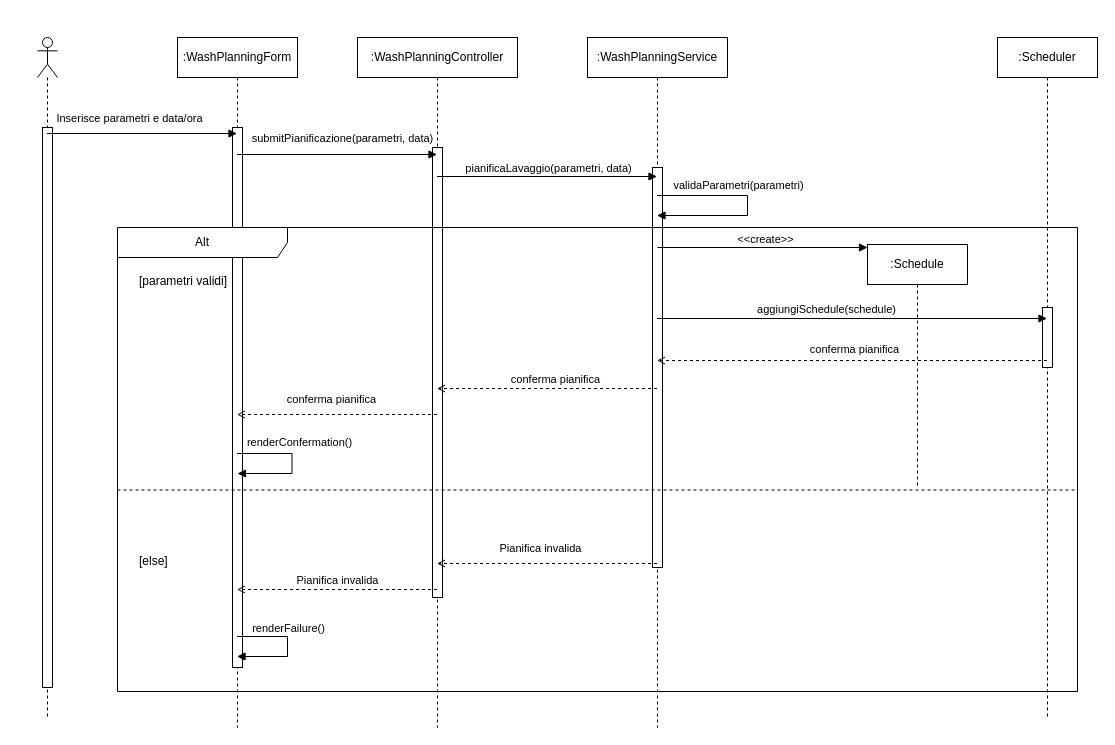
Above: content/seq/seqPianifica.drawio in uni-aca100/ing-proj (draw.io), before the change. Source tidied: cells renumbered, new cells numbered last; positions are measured from the earlier drawing's top-left corner, leaving out a move shared by most shapes. Both pictures are drawn from the tidied source at 100%, with x=0, y=0 at pixel (37, 37).
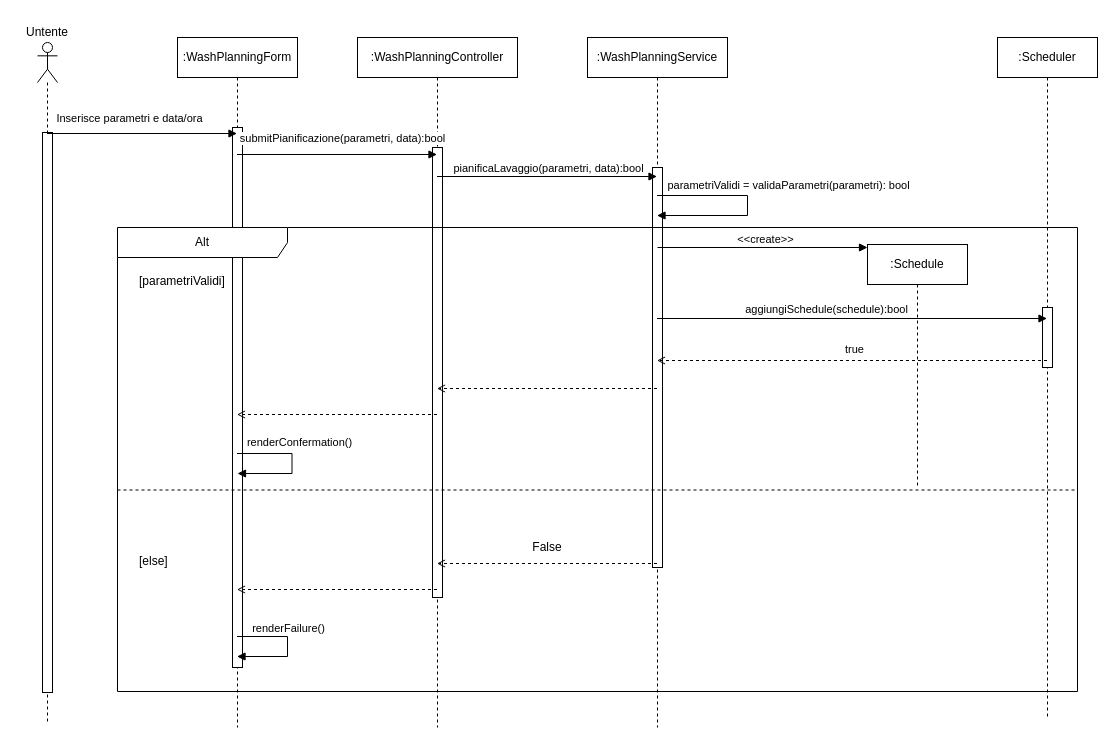
Above is the later version.

Unchanged cells that the change refers to:
```xml
<mxCell id="14" style="html=1;verticalAlign=bottom;labelBackgroundColor=none;endArrow=block;endFill=1;rounded=0;" parent="1" edge="1">
  <mxGeometry relative="1" as="geometry">
    <mxPoint x="199.5" y="117" as="sourcePoint" />
    <mxPoint x="399.5" y="117" as="targetPoint" />
  </mxGeometry>
</mxCell>
<mxCell id="16" style="html=1;verticalAlign=bottom;labelBackgroundColor=none;endArrow=block;endFill=1;rounded=0;" parent="1" edge="1" target="8">
  <mxGeometry relative="1" as="geometry">
    <mxPoint x="399.5" y="139" as="sourcePoint" />
  </mxGeometry>
</mxCell>
<mxCell id="18" value="Alt" style="shape=umlFrame;whiteSpace=wrap;html=1;width=170;" parent="1" vertex="1">
  <mxGeometry x="80" y="190" width="960" height="464" as="geometry" />
</mxCell>
<mxCell id="23" style="html=1;verticalAlign=bottom;labelBackgroundColor=none;endArrow=open;endFill=0;dashed=1;rounded=0;" parent="1" edge="1" source="10">
  <mxGeometry relative="1" as="geometry">
    <mxPoint x="619.5" y="323" as="targetPoint" />
  </mxGeometry>
</mxCell>
<mxCell id="25" style="html=1;verticalAlign=bottom;labelBackgroundColor=none;endArrow=block;endFill=1;rounded=0;" parent="1" edge="1" target="10">
  <mxGeometry relative="1" as="geometry">
    <mxPoint x="619.5" y="281" as="sourcePoint" />
  </mxGeometry>
</mxCell>
<mxCell id="27" style="html=1;verticalAlign=bottom;labelBackgroundColor=none;endArrow=open;endFill=0;dashed=1;rounded=0;" parent="1" edge="1">
  <mxGeometry relative="1" as="geometry">
    <mxPoint x="619.5" y="526" as="sourcePoint" />
    <mxPoint x="399.5" y="526" as="targetPoint" />
  </mxGeometry>
</mxCell>
<mxCell id="32" style="html=1;verticalAlign=bottom;labelBackgroundColor=none;endArrow=open;endFill=0;dashed=1;rounded=0;" parent="1" edge="1">
  <mxGeometry relative="1" as="geometry">
    <mxPoint x="619.5" y="351" as="sourcePoint" />
    <mxPoint x="399.5" y="351" as="targetPoint" />
  </mxGeometry>
</mxCell>
<mxCell id="34" style="html=1;verticalAlign=bottom;labelBackgroundColor=none;endArrow=open;endFill=0;dashed=1;rounded=0;" parent="1" edge="1">
  <mxGeometry relative="1" as="geometry">
    <mxPoint x="399.5" y="377" as="sourcePoint" />
    <mxPoint x="199.5" y="377" as="targetPoint" />
  </mxGeometry>
</mxCell>
<mxCell id="36" style="html=1;verticalAlign=bottom;labelBackgroundColor=none;endArrow=block;endFill=1;rounded=0;" parent="1" edge="1">
  <mxGeometry relative="1" as="geometry">
    <mxPoint x="619.5" y="158" as="sourcePoint" />
    <mxPoint x="619.5" y="178" as="targetPoint" />
    <Array as="points">
      <mxPoint x="710" y="158" />
      <mxPoint x="710" y="178" />
    </Array>
  </mxGeometry>
</mxCell>
```

The edit, as a diff of the source:
```diff
@@
     <mxCell id="2" style="shape=umlLifeline;perimeter=lifelinePerimeter;whiteSpace=wrap;html=1;newEdgeStyle={&quot;curved&quot;:0,&quot;rounded&quot;:0};participant=umlActor;" parent="1" vertex="1">
-      <mxGeometry width="20" height="680" as="geometry" />
+      <mxGeometry y="5" width="20" height="680" as="geometry" />
     </mxCell>
@@
-    <mxCell id="15" value="submitPianificazione(parametri, data)" style="edgeLabel;html=1;align=center;verticalAlign=middle;" parent="14" vertex="1">
+    <mxCell id="15" value="submitPianificazione(parametri, data):bool" style="edgeLabel;html=1;align=center;verticalAlign=middle;" parent="14" vertex="1">
       <mxGeometry x="0.04" relative="1" as="geometry">
         <mxPoint x="1" y="-17" as="offset" />
       </mxGeometry>
     </mxCell>
@@
-    <mxCell id="17" value="pianificaLavaggio(parametri, data)" style="edgeLabel;html=1;align=center;verticalAlign=middle;" parent="16" vertex="1">
+    <mxCell id="17" value="pianificaLavaggio(parametri, data):bool" style="edgeLabel;html=1;align=center;verticalAlign=middle;" parent="16" vertex="1">
       <mxGeometry x="-0.2" y="-1" relative="1" as="geometry">
         <mxPoint x="23" y="-10" as="offset" />
       </mxGeometry>
     </mxCell>
@@
-    <mxCell id="19" value="[parametri validi]" style="text;html=1;" parent="18" vertex="1">
+    <mxCell id="19" value="[parametriValidi]" style="text;html=1;" parent="18" vertex="1">
       <mxGeometry width="100" height="20" relative="1" as="geometry">
         <mxPoint x="20" y="40" as="offset" />
       </mxGeometry>
     </mxCell>
@@
+    <mxCell id="41" value="False" style="text;html=1;whiteSpace=wrap;strokeColor=none;fillColor=none;align=center;verticalAlign=middle;rounded=0;" parent="18" vertex="1">
+      <mxGeometry x="400" y="305" width="60" height="30" as="geometry" />
+    </mxCell>
@@
-    <mxCell id="24" value="conferma pianifica" style="edgeLabel;html=1;align=center;verticalAlign=middle;" parent="23" vertex="1">
+    <mxCell id="24" value="true" style="edgeLabel;html=1;align=center;verticalAlign=middle;" parent="23" vertex="1">
       <mxGeometry x="-0.01" y="-3" relative="1" as="geometry">
         <mxPoint y="-9" as="offset" />
       </mxGeometry>
     </mxCell>
@@
-    <mxCell id="26" value="aggiungiSchedule(schedule)" style="edgeLabel;html=1;align=center;verticalAlign=middle;" parent="25" vertex="1">
+    <mxCell id="26" value="aggiungiSchedule(schedule):bool" style="edgeLabel;html=1;align=center;verticalAlign=middle;" parent="25" vertex="1">
       <mxGeometry x="-0.21" relative="1" as="geometry">
         <mxPoint x="15" y="-10" as="offset" />
       </mxGeometry>
     </mxCell>
@@
-    <mxCell id="28" value="Pianifica invalida" style="edgeLabel;html=1;align=center;verticalAlign=middle;" parent="27" vertex="1">
-      <mxGeometry x="0.07" y="4" relative="1" as="geometry">
-        <mxPoint x="1" y="-20" as="offset" />
-      </mxGeometry>
-    </mxCell>
-    <mxCell id="29" value="Pianifica invalida" style="html=1;verticalAlign=bottom;labelBackgroundColor=none;endArrow=open;endFill=0;dashed=1;rounded=0;" parent="1" edge="1">
+    <mxCell id="29" style="html=1;verticalAlign=bottom;labelBackgroundColor=none;endArrow=open;endFill=0;dashed=1;rounded=0;" parent="1" edge="1">
       <mxGeometry relative="1" as="geometry">
         <mxPoint x="399.5" y="552" as="sourcePoint" />
         <mxPoint x="199.5" y="552" as="targetPoint" />
       </mxGeometry>
     </mxCell>
@@
-    <mxCell id="33" value="conferma pianifica" style="edgeLabel;html=1;align=center;verticalAlign=middle;" parent="32" vertex="1">
-      <mxGeometry x="-0.07" y="3" relative="1" as="geometry">
-        <mxPoint y="-13" as="offset" />
-      </mxGeometry>
-    </mxCell>
@@
-    <mxCell id="35" value="conferma pianifica" style="edgeLabel;html=1;align=center;verticalAlign=middle;" parent="34" vertex="1">
-      <mxGeometry x="0.07" relative="1" as="geometry">
-        <mxPoint x="1" y="-16" as="offset" />
-      </mxGeometry>
-    </mxCell>
@@
-    <mxCell id="37" value="validaParametri(parametri)" style="edgeLabel;html=1;align=center;verticalAlign=middle;" parent="36" vertex="1">
+    <mxCell id="37" value="parametriValidi = validaParametri(parametri): bool" style="edgeLabel;html=1;align=center;verticalAlign=middle;" parent="36" vertex="1">
       <mxGeometry x="-0.47" y="1" relative="1" as="geometry">
-        <mxPoint x="28" y="-10" as="offset" />
+        <mxPoint x="78" y="-10" as="offset" />
       </mxGeometry>
     </mxCell>
@@
+    <mxCell id="42" value="Untente" style="text;html=1;whiteSpace=wrap;strokeColor=none;fillColor=none;align=center;verticalAlign=middle;rounded=0;" parent="1" vertex="1">
+      <mxGeometry x="-20" y="-20" width="60" height="30" as="geometry" />
+    </mxCell>
```
